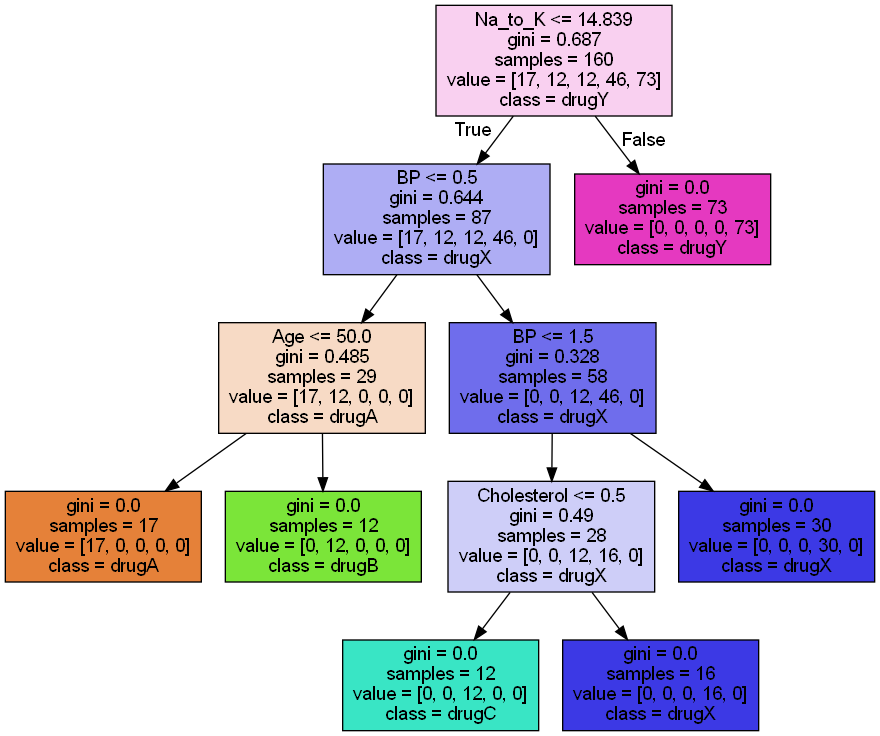
Before: b_Classifier/images/drugs_dtc01.png, a diagram exported from Graphviz (dev-ddokddak/study_machine-learning). Its source is kept beside it as b_Classifier/images/drugs_dtc01.dot. Its diagram source:
```dot
digraph Tree {
node [shape=box, style="filled", color="black", fontname="helvetica"] ;
edge [fontname="helvetica"] ;
0 [label="Na_to_K <= 14.839\ngini = 0.687\nsamples = 160\nvalue = [17, 12, 12, 46, 73]\nclass = drugY", fillcolor="#f9d0f0"] ;
1 [label="BP <= 0.5\ngini = 0.644\nsamples = 87\nvalue = [17, 12, 12, 46, 0]\nclass = drugX", fillcolor="#aeadf4"] ;
0 -> 1 [labeldistance=2.5, labelangle=45, headlabel="True"] ;
2 [label="Age <= 50.0\ngini = 0.485\nsamples = 29\nvalue = [17, 12, 0, 0, 0]\nclass = drugA", fillcolor="#f7dac5"] ;
1 -> 2 ;
3 [label="gini = 0.0\nsamples = 17\nvalue = [17, 0, 0, 0, 0]\nclass = drugA", fillcolor="#e58139"] ;
2 -> 3 ;
4 [label="gini = 0.0\nsamples = 12\nvalue = [0, 12, 0, 0, 0]\nclass = drugB", fillcolor="#7be539"] ;
2 -> 4 ;
5 [label="BP <= 1.5\ngini = 0.328\nsamples = 58\nvalue = [0, 0, 12, 46, 0]\nclass = drugX", fillcolor="#6f6dec"] ;
1 -> 5 ;
6 [label="Cholesterol <= 0.5\ngini = 0.49\nsamples = 28\nvalue = [0, 0, 12, 16, 0]\nclass = drugX", fillcolor="#cecef8"] ;
5 -> 6 ;
7 [label="gini = 0.0\nsamples = 12\nvalue = [0, 0, 12, 0, 0]\nclass = drugC", fillcolor="#39e5c5"] ;
6 -> 7 ;
8 [label="gini = 0.0\nsamples = 16\nvalue = [0, 0, 0, 16, 0]\nclass = drugX", fillcolor="#3c39e5"] ;
6 -> 8 ;
9 [label="gini = 0.0\nsamples = 30\nvalue = [0, 0, 0, 30, 0]\nclass = drugX", fillcolor="#3c39e5"] ;
5 -> 9 ;
10 [label="gini = 0.0\nsamples = 73\nvalue = [0, 0, 0, 0, 73]\nclass = drugY", fillcolor="#e539c0"] ;
0 -> 10 [labeldistance=2.5, labelangle=-45, headlabel="False"] ;
}
```
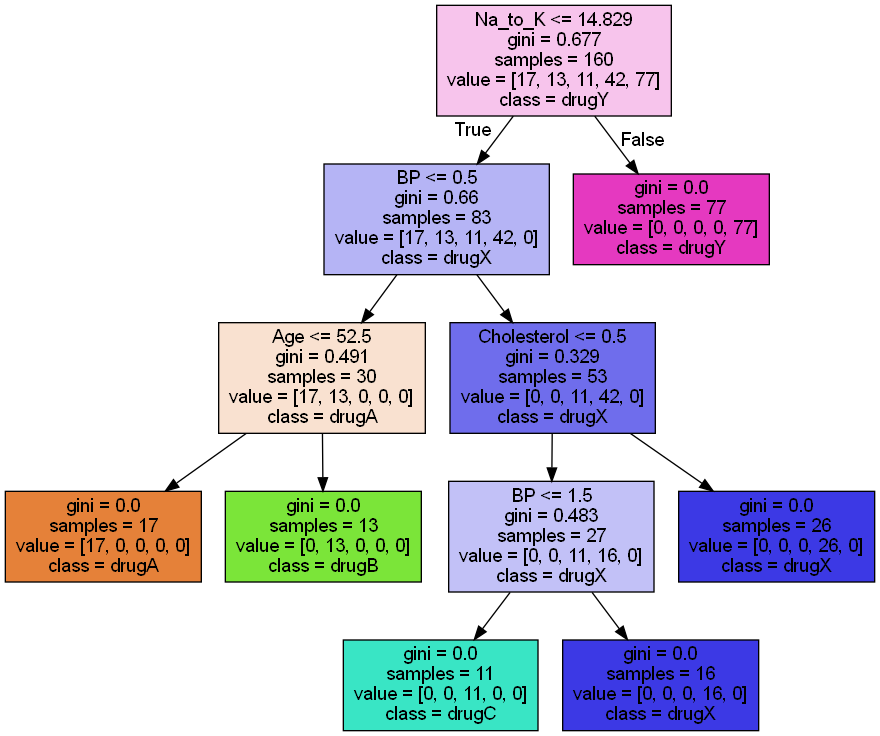
The same diagram one commit later.

What changed in the source:
```diff
@@ -1,25 +1,25 @@
 digraph Tree {
 node [shape=box, style="filled", color="black", fontname="helvetica"] ;
 edge [fontname="helvetica"] ;
-0 [label="Na_to_K <= 14.839\ngini = 0.687\nsamples = 160\nvalue = [17, 12, 12, 46, 73]\nclass = drugY", fillcolor="#f9d0f0"] ;
-1 [label="BP <= 0.5\ngini = 0.644\nsamples = 87\nvalue = [17, 12, 12, 46, 0]\nclass = drugX", fillcolor="#aeadf4"] ;
+0 [label="Na_to_K <= 14.829\ngini = 0.677\nsamples = 160\nvalue = [17, 13, 11, 42, 77]\nclass = drugY", fillcolor="#f7c4ec"] ;
+1 [label="BP <= 0.5\ngini = 0.66\nsamples = 83\nvalue = [17, 13, 11, 42, 0]\nclass = drugX", fillcolor="#b5b4f5"] ;
 0 -> 1 [labeldistance=2.5, labelangle=45, headlabel="True"] ;
-2 [label="Age <= 50.0\ngini = 0.485\nsamples = 29\nvalue = [17, 12, 0, 0, 0]\nclass = drugA", fillcolor="#f7dac5"] ;
+2 [label="Age <= 52.5\ngini = 0.491\nsamples = 30\nvalue = [17, 13, 0, 0, 0]\nclass = drugA", fillcolor="#f9e1d0"] ;
 1 -> 2 ;
 3 [label="gini = 0.0\nsamples = 17\nvalue = [17, 0, 0, 0, 0]\nclass = drugA", fillcolor="#e58139"] ;
 2 -> 3 ;
-4 [label="gini = 0.0\nsamples = 12\nvalue = [0, 12, 0, 0, 0]\nclass = drugB", fillcolor="#7be539"] ;
+4 [label="gini = 0.0\nsamples = 13\nvalue = [0, 13, 0, 0, 0]\nclass = drugB", fillcolor="#7be539"] ;
 2 -> 4 ;
-5 [label="BP <= 1.5\ngini = 0.328\nsamples = 58\nvalue = [0, 0, 12, 46, 0]\nclass = drugX", fillcolor="#6f6dec"] ;
+5 [label="Cholesterol <= 0.5\ngini = 0.329\nsamples = 53\nvalue = [0, 0, 11, 42, 0]\nclass = drugX", fillcolor="#6f6dec"] ;
 1 -> 5 ;
-6 [label="Cholesterol <= 0.5\ngini = 0.49\nsamples = 28\nvalue = [0, 0, 12, 16, 0]\nclass = drugX", fillcolor="#cecef8"] ;
+6 [label="BP <= 1.5\ngini = 0.483\nsamples = 27\nvalue = [0, 0, 11, 16, 0]\nclass = drugX", fillcolor="#c2c1f7"] ;
 5 -> 6 ;
-7 [label="gini = 0.0\nsamples = 12\nvalue = [0, 0, 12, 0, 0]\nclass = drugC", fillcolor="#39e5c5"] ;
+7 [label="gini = 0.0\nsamples = 11\nvalue = [0, 0, 11, 0, 0]\nclass = drugC", fillcolor="#39e5c5"] ;
 6 -> 7 ;
 8 [label="gini = 0.0\nsamples = 16\nvalue = [0, 0, 0, 16, 0]\nclass = drugX", fillcolor="#3c39e5"] ;
 6 -> 8 ;
-9 [label="gini = 0.0\nsamples = 30\nvalue = [0, 0, 0, 30, 0]\nclass = drugX", fillcolor="#3c39e5"] ;
+9 [label="gini = 0.0\nsamples = 26\nvalue = [0, 0, 0, 26, 0]\nclass = drugX", fillcolor="#3c39e5"] ;
 5 -> 9 ;
-10 [label="gini = 0.0\nsamples = 73\nvalue = [0, 0, 0, 0, 73]\nclass = drugY", fillcolor="#e539c0"] ;
+10 [label="gini = 0.0\nsamples = 77\nvalue = [0, 0, 0, 0, 77]\nclass = drugY", fillcolor="#e539c0"] ;
 0 -> 10 [labeldistance=2.5, labelangle=-45, headlabel="False"] ;
 }
```
